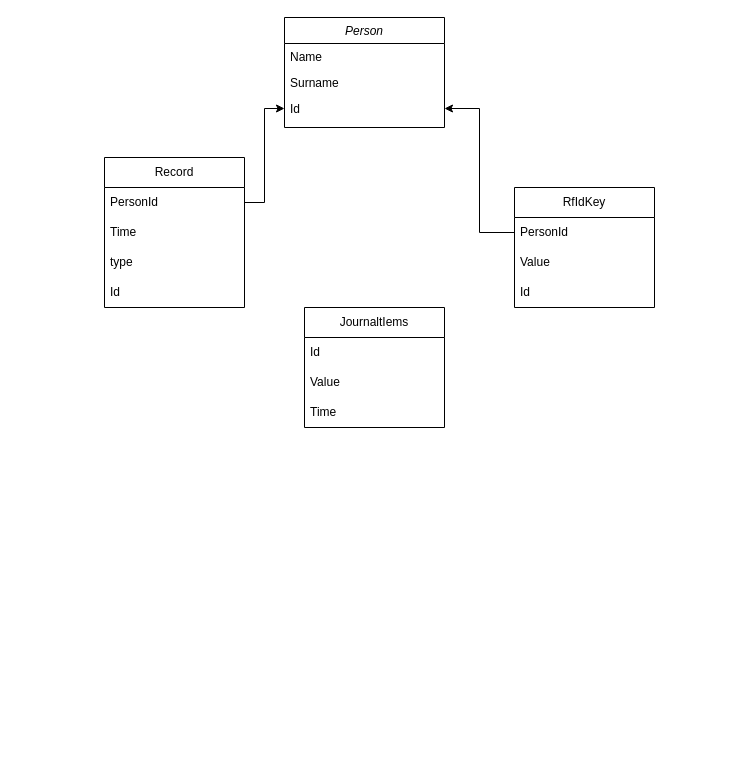
Earlier version of the draw.io diagram Диаграмма без названия.drawio (XYphrodite/RioCourseWork). Source tidied: cells renumbered, new cells numbered last; positions are measured from the earlier drawing's top-left corner, leaving out a move shared by most shapes. Both pictures are drawn from the tidied source at 100%, with x=0, y=0 at pixel (104, 17).
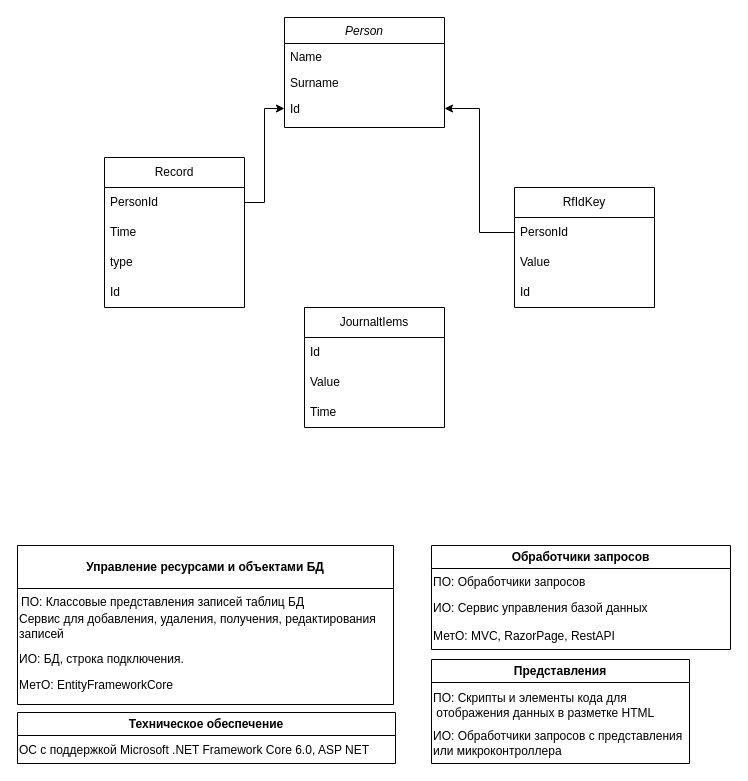
The same page after the edit.

What changed in the source:
```diff
@@
+    <mxCell id="21" value="Управление ресурсами и объектами БД" style="swimlane;whiteSpace=wrap;html=1;startSize=43;" parent="1" vertex="1">
+      <mxGeometry x="-87" y="528" width="376" height="159" as="geometry" />
+    </mxCell>
+    <mxCell id="22" value="ПО: Классовые представления записей таблиц БД" style="text;html=1;align=left;verticalAlign=middle;strokeColor=none;fillColor=none;" parent="21" vertex="1">
+      <mxGeometry x="2" y="44" width="301" height="26" as="geometry" />
+    </mxCell>
+    <mxCell id="23" value="Сервис для добавления, удаления, получения, редактирования&lt;br&gt;записей" style="text;html=1;align=left;verticalAlign=middle;strokeColor=none;fillColor=none;" parent="21" vertex="1">
+      <mxGeometry y="60" width="375" height="41" as="geometry" />
+    </mxCell>
+    <mxCell id="24" value="ИО: БД, строка подключения." style="text;html=1;align=left;verticalAlign=middle;strokeColor=none;fillColor=none;" parent="21" vertex="1">
+      <mxGeometry y="101" width="183" height="26" as="geometry" />
+    </mxCell>
+    <mxCell id="25" value="МетО: EntityFrameworkCore" style="text;html=1;align=left;verticalAlign=middle;strokeColor=none;fillColor=none;" parent="21" vertex="1">
+      <mxGeometry y="127" width="172" height="26" as="geometry" />
+    </mxCell>
+    <mxCell id="26" value="Обработчики запросов" style="swimlane;whiteSpace=wrap;html=1;" parent="1" vertex="1">
+      <mxGeometry x="327" y="528" width="299" height="104" as="geometry" />
+    </mxCell>
+    <mxCell id="27" value="ПО: Обработчики запросов" style="text;html=1;align=left;verticalAlign=middle;strokeColor=none;fillColor=none;" parent="26" vertex="1">
+      <mxGeometry y="24" width="170" height="26" as="geometry" />
+    </mxCell>
+    <mxCell id="28" value="ИО: Сервис управления базой данных" style="text;html=1;align=left;verticalAlign=middle;strokeColor=none;fillColor=none;" parent="26" vertex="1">
+      <mxGeometry y="50" width="233" height="26" as="geometry" />
+    </mxCell>
+    <mxCell id="29" value="МетО: MVC, RazorPage, RestAPI" style="text;html=1;align=left;verticalAlign=middle;strokeColor=none;fillColor=none;" parent="26" vertex="1">
+      <mxGeometry y="78" width="200" height="26" as="geometry" />
+    </mxCell>
+    <mxCell id="30" value="Представления" style="swimlane;whiteSpace=wrap;html=1;" parent="1" vertex="1">
+      <mxGeometry x="327" y="642" width="258" height="104" as="geometry" />
+    </mxCell>
+    <mxCell id="31" value="ПО: Скрипты и элементы кода для&lt;br&gt;&amp;nbsp;отображения данных в разметке HTML" style="text;html=1;align=left;verticalAlign=middle;strokeColor=none;fillColor=none;" parent="30" vertex="1">
+      <mxGeometry y="25" width="239" height="41" as="geometry" />
+    </mxCell>
+    <mxCell id="32" value="ИО: Обработчики запросов с представления &lt;br&gt;или микроконтроллера" style="text;html=1;align=left;verticalAlign=middle;strokeColor=none;fillColor=none;" parent="30" vertex="1">
+      <mxGeometry y="63" width="267" height="41" as="geometry" />
+    </mxCell>
+    <mxCell id="33" value="Техническое обеспечение" style="swimlane;whiteSpace=wrap;html=1;" parent="1" vertex="1">
+      <mxGeometry x="-87" y="695" width="378" height="51" as="geometry" />
+    </mxCell>
+    <mxCell id="34" value="ОС с поддержкой Microsoft .NET Framework Core 6.0, ASP NET" style="text;html=1;align=left;verticalAlign=middle;strokeColor=none;fillColor=none;" parent="33" vertex="1">
+      <mxGeometry y="25" width="368" height="26" as="geometry" />
+    </mxCell>
```
